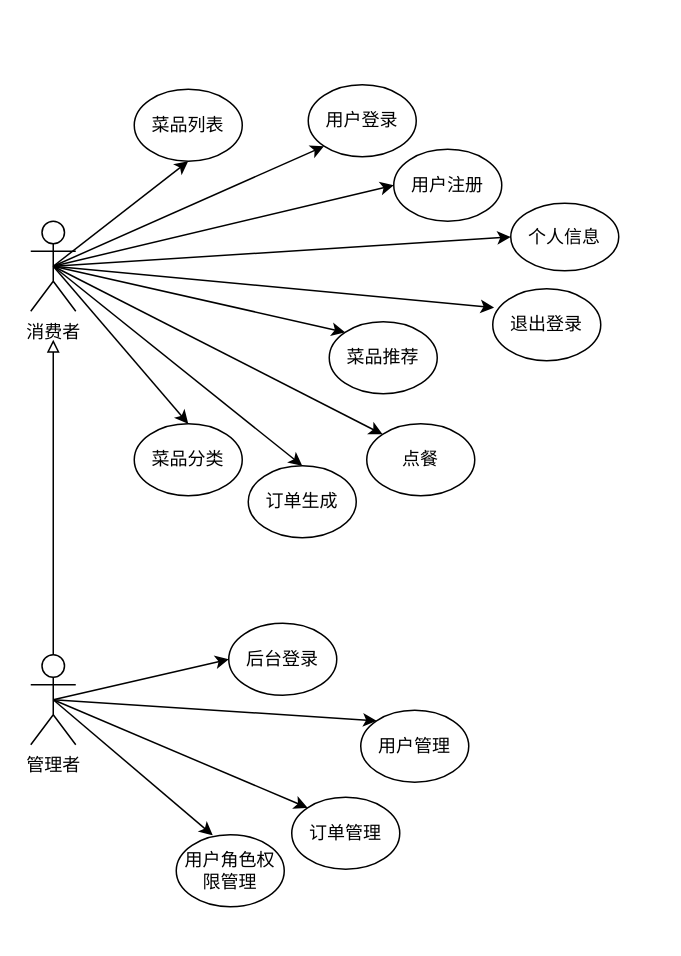
Earlier version of the draw.io diagram 系统用例图.drawio (FanDoggie/github-slideshow). Source tidied: cells renumbered, new cells numbered last; positions are measured from the earlier drawing's top-left corner, leaving out a move shared by most shapes. Both pictures are drawn from the tidied source at 150%, with x=0, y=0 at pixel (30, 84).
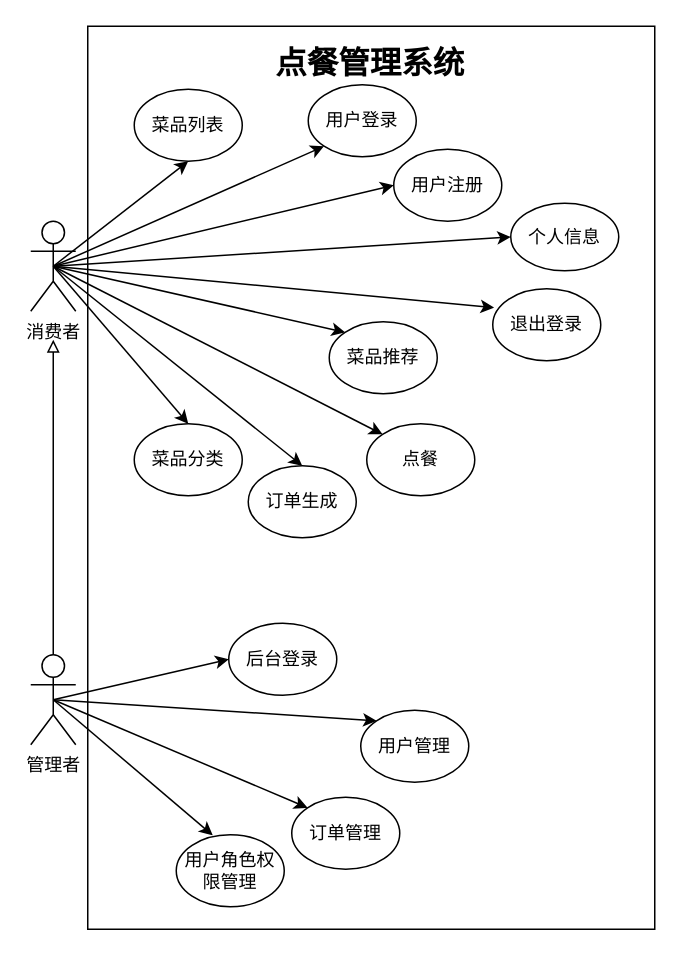
The same diagram, later.

Commit message (it also covers changes not shown here):
更新系统用例图.drawio

Diff of the diagram source:
```diff
@@
+    <mxCell id="31" style="rounded=0;whiteSpace=wrap;html=1;" parent="1" vertex="1">
+      <mxGeometry x="38" y="-39" width="378" height="602" as="geometry" />
+    </mxCell>
@@
+    <mxCell id="32" value="&lt;b&gt;点餐管理系统&lt;/b&gt;" style="text;html=1;strokeColor=none;fillColor=none;align=center;verticalAlign=middle;whiteSpace=wrap;rounded=0;fontSize=21;" parent="1" vertex="1">
+      <mxGeometry x="155" y="-36" width="143" height="41" as="geometry" />
+    </mxCell>
```
